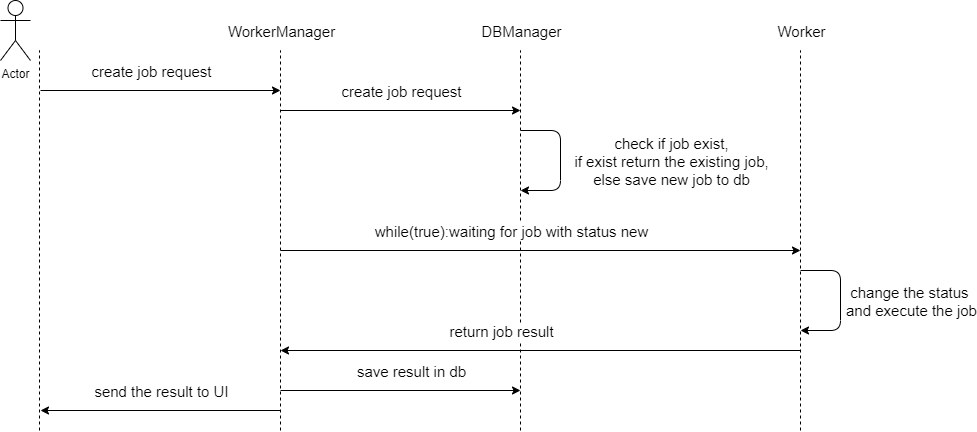
This is Documentation/newJobFlow.png from PerachBD/WebCrawler, a draw.io export, as it was before one commit. Source tidied: cells renumbered, new cells last; positions are measured from the earlier drawing's top-left corner, leaving out a move shared by most shapes. The source it was exported from:
```xml
<mxGraphModel>
  <root>
    <mxCell id="0" />
    <mxCell id="1" parent="0" />
    <mxCell id="2" style="endArrow=none;dashed=1;html=1;" parent="1" edge="1">
      <mxGeometry relative="1" as="geometry">
        <mxPoint x="39" y="430" as="sourcePoint" />
        <mxPoint x="39" y="50" as="targetPoint" />
      </mxGeometry>
    </mxCell>
    <mxCell id="3" value="Actor" style="shape=umlActor;verticalLabelPosition=bottom;verticalAlign=top;html=1;" parent="1" vertex="1">
      <mxGeometry width="30" height="60" as="geometry" />
    </mxCell>
    <mxCell id="4" style="endArrow=none;dashed=1;html=1;" parent="1" edge="1">
      <mxGeometry relative="1" as="geometry">
        <mxPoint x="280" y="430" as="sourcePoint" />
        <mxPoint x="280" y="50" as="targetPoint" />
      </mxGeometry>
    </mxCell>
    <mxCell id="5" value="WorkerManager" style="edgeLabel;html=1;align=center;verticalAlign=middle;fontSize=15;" parent="4" vertex="1">
      <mxGeometry x="0.39" y="-1" relative="1" as="geometry">
        <mxPoint x="-1" y="-136" as="offset" />
      </mxGeometry>
    </mxCell>
    <mxCell id="6" style="endArrow=classic;html=1;" parent="1" edge="1">
      <mxGeometry relative="1" as="geometry">
        <mxPoint x="40" y="90" as="sourcePoint" />
        <mxPoint x="280" y="90" as="targetPoint" />
      </mxGeometry>
    </mxCell>
    <mxCell id="7" value="create job request" style="edgeLabel;html=1;align=center;verticalAlign=middle;fontSize=15;" parent="6" vertex="1">
      <mxGeometry x="-0.16" y="2" relative="1" as="geometry">
        <mxPoint x="9" y="-18" as="offset" />
      </mxGeometry>
    </mxCell>
    <mxCell id="8" style="endArrow=none;dashed=1;html=1;" parent="1" edge="1">
      <mxGeometry relative="1" as="geometry">
        <mxPoint x="520" y="430" as="sourcePoint" />
        <mxPoint x="520" y="50" as="targetPoint" />
      </mxGeometry>
    </mxCell>
    <mxCell id="9" value="DBManager" style="edgeLabel;html=1;align=center;verticalAlign=middle;fontSize=15;" parent="8" vertex="1">
      <mxGeometry x="0.39" y="-1" relative="1" as="geometry">
        <mxPoint x="-1" y="-136" as="offset" />
      </mxGeometry>
    </mxCell>
    <mxCell id="10" style="endArrow=classic;html=1;" parent="1" edge="1">
      <mxGeometry relative="1" as="geometry">
        <mxPoint x="280" y="110" as="sourcePoint" />
        <mxPoint x="520" y="110" as="targetPoint" />
      </mxGeometry>
    </mxCell>
    <mxCell id="11" value="create job request" style="edgeLabel;html=1;align=center;verticalAlign=middle;fontSize=15;" parent="10" vertex="1">
      <mxGeometry x="-0.16" y="2" relative="1" as="geometry">
        <mxPoint x="19" y="-18" as="offset" />
      </mxGeometry>
    </mxCell>
    <mxCell id="12" style="endArrow=classic;html=1;fontSize=15;" parent="1" edge="1">
      <mxGeometry relative="1" as="geometry">
        <mxPoint x="520" y="130" as="sourcePoint" />
        <mxPoint x="520" y="190" as="targetPoint" />
        <Array as="points">
          <mxPoint x="560" y="130" />
          <mxPoint x="560" y="190" />
        </Array>
      </mxGeometry>
    </mxCell>
    <mxCell id="13" value="check if job exist,&lt;br&gt;if exist return the existing job,&lt;br&gt;else save new job to db" style="edgeLabel;html=1;align=center;verticalAlign=middle;fontSize=15;" parent="12" vertex="1">
      <mxGeometry x="0.14" y="1" relative="1" as="geometry">
        <mxPoint x="109" y="-10" as="offset" />
      </mxGeometry>
    </mxCell>
    <mxCell id="14" style="endArrow=none;dashed=1;html=1;" parent="1" edge="1">
      <mxGeometry relative="1" as="geometry">
        <mxPoint x="800" y="430" as="sourcePoint" />
        <mxPoint x="800" y="50" as="targetPoint" />
      </mxGeometry>
    </mxCell>
    <mxCell id="15" value="Worker" style="edgeLabel;html=1;align=center;verticalAlign=middle;fontSize=15;" parent="14" vertex="1">
      <mxGeometry x="0.39" y="-1" relative="1" as="geometry">
        <mxPoint x="-1" y="-136" as="offset" />
      </mxGeometry>
    </mxCell>
    <mxCell id="16" style="endArrow=classic;html=1;fontSize=15;" parent="1" edge="1">
      <mxGeometry relative="1" as="geometry">
        <mxPoint x="280" y="250" as="sourcePoint" />
        <mxPoint x="800" y="250" as="targetPoint" />
      </mxGeometry>
    </mxCell>
    <mxCell id="17" value="while(true):waiting for job with status new" style="edgeLabel;html=1;align=center;verticalAlign=middle;fontSize=15;" parent="16" vertex="1">
      <mxGeometry x="0.26" y="-2" relative="1" as="geometry">
        <mxPoint x="-98" y="-22" as="offset" />
      </mxGeometry>
    </mxCell>
    <mxCell id="18" style="endArrow=classic;html=1;fontSize=15;" parent="1" edge="1">
      <mxGeometry relative="1" as="geometry">
        <mxPoint x="800" y="270" as="sourcePoint" />
        <mxPoint x="800" y="330" as="targetPoint" />
        <Array as="points">
          <mxPoint x="840" y="270" />
          <mxPoint x="840" y="330" />
        </Array>
      </mxGeometry>
    </mxCell>
    <mxCell id="19" value="change the status &lt;br&gt;and execute the job" style="edgeLabel;html=1;align=center;verticalAlign=middle;fontSize=15;" parent="18" vertex="1">
      <mxGeometry x="0.14" y="1" relative="1" as="geometry">
        <mxPoint x="69" y="-10" as="offset" />
      </mxGeometry>
    </mxCell>
    <mxCell id="20" style="endArrow=classic;html=1;fontSize=15;" parent="1" edge="1">
      <mxGeometry relative="1" as="geometry">
        <mxPoint x="800" y="350" as="sourcePoint" />
        <mxPoint x="280" y="350" as="targetPoint" />
      </mxGeometry>
    </mxCell>
    <mxCell id="21" value="return job result" style="edgeLabel;html=1;align=center;verticalAlign=middle;fontSize=15;" parent="20" vertex="1">
      <mxGeometry x="0.28" y="1" relative="1" as="geometry">
        <mxPoint x="34" y="-21" as="offset" />
      </mxGeometry>
    </mxCell>
    <mxCell id="22" style="endArrow=classic;html=1;fontSize=15;" parent="1" edge="1">
      <mxGeometry relative="1" as="geometry">
        <mxPoint x="280" y="390" as="sourcePoint" />
        <mxPoint x="520" y="390" as="targetPoint" />
      </mxGeometry>
    </mxCell>
    <mxCell id="23" value="save result in db" style="edgeLabel;html=1;align=center;verticalAlign=middle;fontSize=15;" parent="22" vertex="1">
      <mxGeometry x="0.23" y="-2" relative="1" as="geometry">
        <mxPoint x="-18" y="-22" as="offset" />
      </mxGeometry>
    </mxCell>
    <mxCell id="24" style="endArrow=classic;html=1;fontSize=15;" parent="1" edge="1">
      <mxGeometry relative="1" as="geometry">
        <mxPoint x="280" y="410" as="sourcePoint" />
        <mxPoint x="40" y="410" as="targetPoint" />
      </mxGeometry>
    </mxCell>
    <mxCell id="25" value="send the result to UI" style="edgeLabel;html=1;align=center;verticalAlign=middle;fontSize=15;" parent="24" vertex="1">
      <mxGeometry x="-0.44" y="-2" relative="1" as="geometry">
        <mxPoint x="-53" y="-18" as="offset" />
      </mxGeometry>
    </mxCell>
  </root>
</mxGraphModel>
```
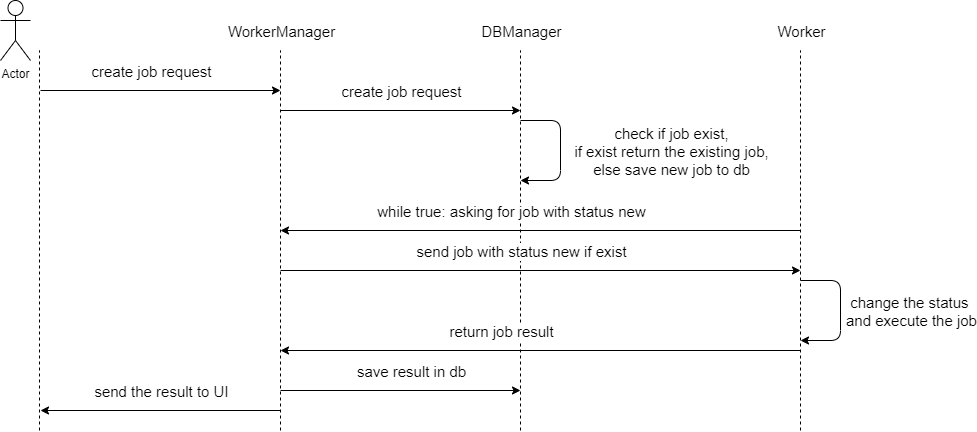
The same diagram one commit later.

Diff of the diagram source:
```diff
@@ -57,11 +57,11 @@
     </mxCell>
     <mxCell id="12" style="endArrow=classic;html=1;fontSize=15;" parent="1" edge="1">
       <mxGeometry relative="1" as="geometry">
-        <mxPoint x="520" y="130" as="sourcePoint" />
-        <mxPoint x="520" y="190" as="targetPoint" />
+        <mxPoint x="520" y="120" as="sourcePoint" />
+        <mxPoint x="520" y="180" as="targetPoint" />
         <Array as="points">
-          <mxPoint x="560" y="130" />
-          <mxPoint x="560" y="190" />
+          <mxPoint x="560" y="120" />
+          <mxPoint x="560" y="180" />
         </Array>
       </mxGeometry>
     </mxCell>
@@ -83,22 +83,22 @@
     </mxCell>
     <mxCell id="16" style="endArrow=classic;html=1;fontSize=15;" parent="1" edge="1">
       <mxGeometry relative="1" as="geometry">
-        <mxPoint x="280" y="250" as="sourcePoint" />
-        <mxPoint x="800" y="250" as="targetPoint" />
+        <mxPoint x="280" y="270" as="sourcePoint" />
+        <mxPoint x="800" y="270" as="targetPoint" />
       </mxGeometry>
     </mxCell>
-    <mxCell id="17" value="while(true):waiting for job with status new" style="edgeLabel;html=1;align=center;verticalAlign=middle;fontSize=15;" parent="16" vertex="1">
+    <mxCell id="17" value="send job with status new if exist" style="edgeLabel;html=1;align=center;verticalAlign=middle;fontSize=15;" parent="16" vertex="1">
       <mxGeometry x="0.26" y="-2" relative="1" as="geometry">
-        <mxPoint x="-98" y="-22" as="offset" />
+        <mxPoint x="-88" y="-22" as="offset" />
       </mxGeometry>
     </mxCell>
     <mxCell id="18" style="endArrow=classic;html=1;fontSize=15;" parent="1" edge="1">
       <mxGeometry relative="1" as="geometry">
-        <mxPoint x="800" y="270" as="sourcePoint" />
-        <mxPoint x="800" y="330" as="targetPoint" />
+        <mxPoint x="800" y="280" as="sourcePoint" />
+        <mxPoint x="800" y="340" as="targetPoint" />
         <Array as="points">
-          <mxPoint x="840" y="270" />
-          <mxPoint x="840" y="330" />
+          <mxPoint x="840" y="280" />
+          <mxPoint x="840" y="340" />
         </Array>
       </mxGeometry>
     </mxCell>
@@ -140,5 +140,16 @@
         <mxPoint x="-53" y="-18" as="offset" />
       </mxGeometry>
     </mxCell>
+    <mxCell id="26" style="endArrow=classic;html=1;fontSize=15;" parent="1" edge="1">
+      <mxGeometry relative="1" as="geometry">
+        <mxPoint x="800" y="230" as="sourcePoint" />
+        <mxPoint x="280" y="230" as="targetPoint" />
+      </mxGeometry>
+    </mxCell>
+    <mxCell id="27" value="while true: asking for job with status new" style="edgeLabel;html=1;align=center;verticalAlign=middle;fontSize=15;" parent="26" vertex="1">
+      <mxGeometry x="0.26" y="-2" relative="1" as="geometry">
+        <mxPoint x="38" y="-18" as="offset" />
+      </mxGeometry>
+    </mxCell>
   </root>
 </mxGraphModel>
```
